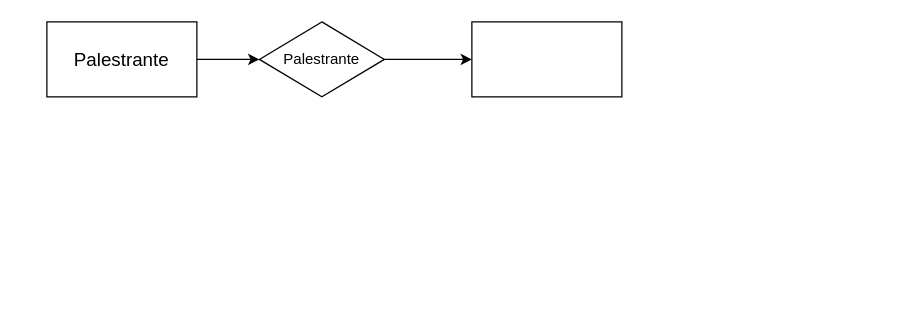
Before: sistema de gestão de eventos..drawio in olucascdev/Projeto-de-Banco-de-Dados-para-Sistema-de-Gest-o-de-Eventos, a draw.io diagram. Source tidied: cells renumbered, new cells numbered last; positions are measured from the earlier drawing's top-left corner, leaving out a move shared by most shapes. Both pictures are drawn from the tidied source at 125%, with x=0, y=0 at pixel (46, 21).
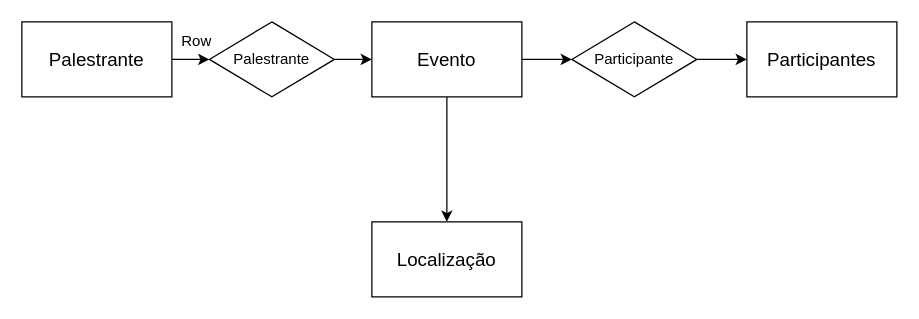
After the change.

Diff of the diagram source:
```diff
@@
 <mxGraphModel>
   <root>
     <mxCell id="0" />
     <mxCell id="1" parent="0" />
     <mxCell id="2" style="edgeStyle=orthogonalEdgeStyle;rounded=0;jettySize=auto;html=1;" parent="1" edge="1" source="3" target="5">
       <mxGeometry relative="1" as="geometry" />
     </mxCell>
     <mxCell id="3" value="&lt;font style=&quot;font-size: 15px;&quot;&gt;Palestrante&lt;/font&gt;" style="rounded=0;whiteSpace=wrap;html=1;" parent="1" vertex="1">
-      <mxGeometry width="120" height="60" as="geometry" />
+      <mxGeometry x="-20" width="120" height="60" as="geometry" />
     </mxCell>
     <mxCell id="4" style="edgeStyle=orthogonalEdgeStyle;rounded=0;jettySize=auto;html=1;" parent="1" edge="1" source="5" target="6">
       <mxGeometry relative="1" as="geometry" />
     </mxCell>
     <mxCell id="5" value="Palestrante" style="rhombus;whiteSpace=wrap;html=1;rounded=0;" parent="1" vertex="1">
-      <mxGeometry x="170" width="100" height="60" as="geometry" />
+      <mxGeometry x="130" width="100" height="60" as="geometry" />
     </mxCell>
+    <mxCell id="7" style="edgeStyle=orthogonalEdgeStyle;rounded=0;jettySize=auto;html=1;" parent="1" edge="1" source="6" target="9">
+      <mxGeometry relative="1" as="geometry" />
+    </mxCell>
+    <mxCell id="8" style="edgeStyle=orthogonalEdgeStyle;rounded=0;jettySize=auto;html=1;" parent="1" edge="1" source="6" target="12">
+      <mxGeometry relative="1" as="geometry" />
+    </mxCell>
-    <mxCell id="6" style="whiteSpace=wrap;html=1;rounded=0;" parent="1" vertex="1">
-      <mxGeometry x="340" width="120" height="60" as="geometry" />
+    <mxCell id="6" value="&lt;font style=&quot;font-size: 15px;&quot;&gt;Evento&lt;/font&gt;" style="whiteSpace=wrap;html=1;rounded=0;" parent="1" vertex="1">
+      <mxGeometry x="260" width="120" height="60" as="geometry" />
     </mxCell>
+    <mxCell id="9" value="&lt;font style=&quot;font-size: 15px;&quot;&gt;Localização&lt;/font&gt;" style="whiteSpace=wrap;html=1;rounded=0;" parent="1" vertex="1">
+      <mxGeometry x="260" y="160" width="120" height="60" as="geometry" />
+    </mxCell>
+    <mxCell id="10" value="&lt;font style=&quot;font-size: 15px;&quot;&gt;Participantes&lt;/font&gt;" style="whiteSpace=wrap;html=1;rounded=0;" parent="1" vertex="1">
+      <mxGeometry x="560" width="120" height="60" as="geometry" />
+    </mxCell>
+    <mxCell id="11" style="edgeStyle=orthogonalEdgeStyle;rounded=0;jettySize=auto;html=1;" parent="1" edge="1" source="12" target="10">
+      <mxGeometry relative="1" as="geometry" />
+    </mxCell>
+    <mxCell id="12" value="Participante" style="rhombus;whiteSpace=wrap;html=1;rounded=0;" parent="1" vertex="1">
+      <mxGeometry x="420" width="100" height="60" as="geometry" />
+    </mxCell>
+    <mxCell id="13" style="shape=table;startSize=0;childLayout=tableLayout;rowLines=0;fontStyle=0;align=center;strokeColor=none;fillColor=none;whiteSpace=wrap;html=1;" parent="1" vertex="1">
+      <mxGeometry x="70" width="70" height="30" as="geometry" />
+    </mxCell>
+    <mxCell id="14" style="shape=tableRow;horizontal=0;startSize=0;swimlaneHead=0;swimlaneBody=0;fillColor=none;top=0;left=0;right=0;bottom=0;" parent="13" vertex="1">
+      <mxGeometry width="70" height="30" as="geometry" />
+    </mxCell>
+    <mxCell id="15" style="shape=partialRectangle;fillColor=none;top=0;left=0;bottom=0;right=0;overflow=hidden;" parent="14" vertex="1">
+      <mxGeometry width="30" height="30" as="geometry" />
+    </mxCell>
+    <mxCell id="16" value="Row" style="shape=partialRectangle;fillColor=none;top=0;left=0;bottom=0;right=0;align=left;spacingLeft=6;overflow=hidden;" parent="14" vertex="1">
+      <mxGeometry x="30" width="40" height="30" as="geometry" />
+    </mxCell>
   </root>
 </mxGraphModel>
```
